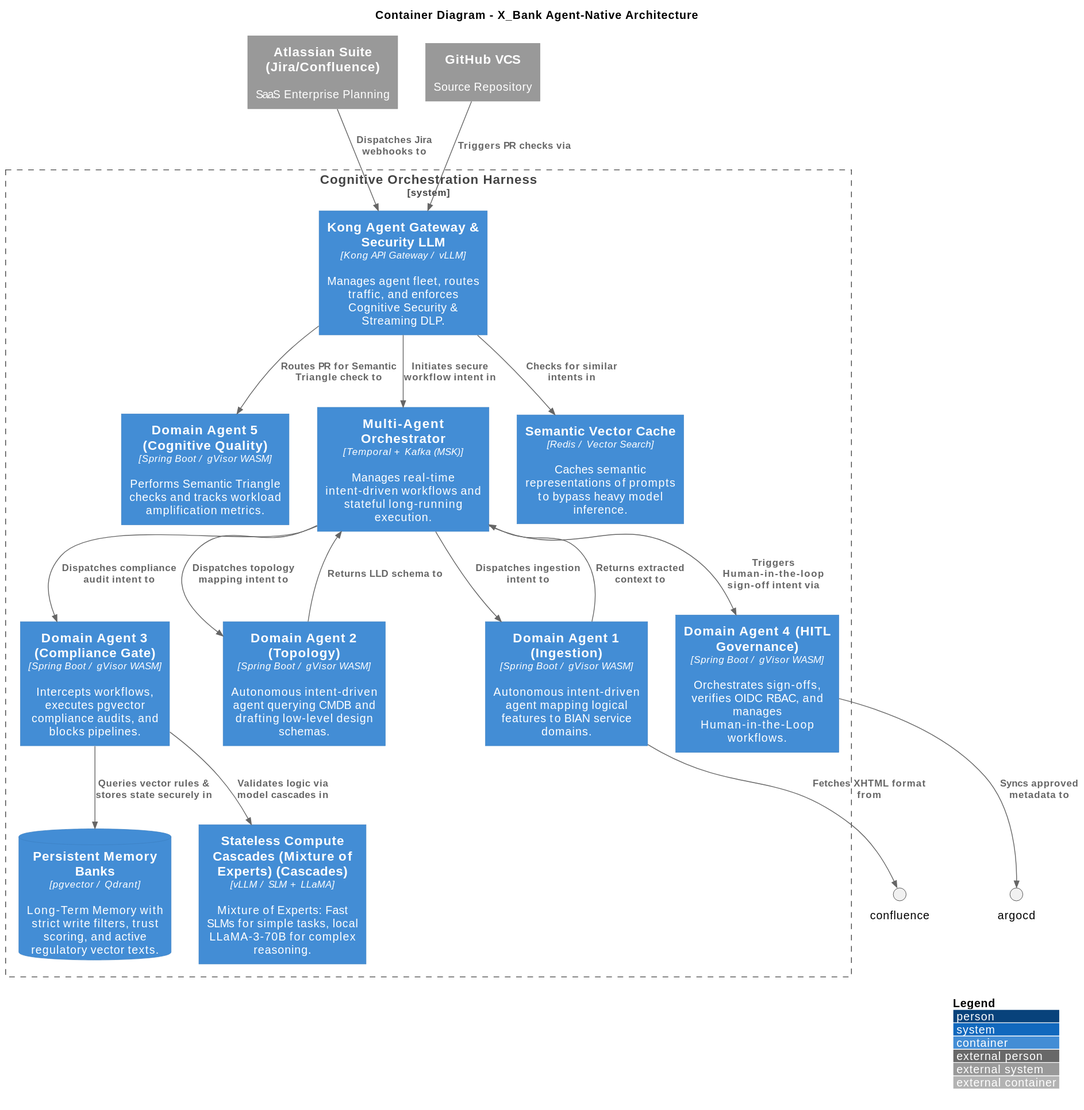
Earlier version of the PlantUML export x_bank-core/c4_container.svg (COPUR/X_Bank-Agentive-Architecture-Framework). Source of this version:
```plantuml
@startuml
!include https://raw.githubusercontent.com/plantuml-stdlib/C4-PlantUML/master/C4_Container.puml

LAYOUT_WITH_LEGEND()

title Container Diagram - X_Bank Agent-Native Architecture

System_Boundary(harness_boundary, "Cognitive Orchestration Harness") {
    Container(agent_gateway, "Kong Agent Gateway & Security LLM", "Kong API Gateway / vLLM", "Manages agent fleet, routes traffic, and enforces Cognitive Security & Streaming DLP.")

    Container(agent1, "Domain Agent 1 (Ingestion)", "Spring Boot / gVisor WASM", "Autonomous intent-driven agent mapping logical features to BIAN service domains.")
    Container(agent2, "Domain Agent 2 (Topology)", "Spring Boot / gVisor WASM", "Autonomous intent-driven agent querying CMDB and drafting low-level design schemas.")
    Container(agent3, "Domain Agent 3 (Compliance Gate)", "Spring Boot / gVisor WASM", "Intercepts workflows, executes pgvector compliance audits, and blocks pipelines.")
    Container(agent4, "Domain Agent 4 (HITL Governance)", "Spring Boot / gVisor WASM", "Orchestrates sign-offs, verifies OIDC RBAC, and manages Human-in-the-Loop workflows.")
    Container(agent5, "Domain Agent 5 (Cognitive Quality)", "Spring Boot / gVisor WASM", "Performs Semantic Triangle checks and tracks workload amplification metrics.")

    ContainerDb(memory_banks, "Persistent Memory Banks", "pgvector / Qdrant", "Long-Term Memory with strict write filters, trust scoring, and active regulatory vector texts.")
    Container(temporal_kafka, "Multi-Agent Orchestrator", "Temporal + Kafka (MSK)", "Manages real-time intent-driven workflows and stateful long-running execution.")

    Container(semantic_cache, "Semantic Vector Cache", "Redis / Vector Search", "Caches semantic representations of prompts to bypass heavy model inference.")
    Container(local_llm, "Stateless Compute Cascades (Mixture of Experts) (Cascades)", "vLLM / SLM + LLaMA", "Mixture of Experts: Fast SLMs for simple tasks, local LLaMA-3-70B for complex reasoning.")
}

System_Ext(atlassian, "Atlassian Suite (Jira/Confluence)", "SaaS Enterprise Planning")
System_Ext(github_ext, "GitHub VCS", "Source Repository")

Rel(atlassian, agent_gateway, "Dispatches Jira webhooks to")
Rel(agent_gateway, semantic_cache, "Checks for similar intents in")
Rel(agent_gateway, temporal_kafka, "Initiates secure workflow intent in")
Rel(agent1, confluence, "Fetches XHTML format from")
Rel(temporal_kafka, agent1, "Dispatches ingestion intent to")
Rel(agent1, temporal_kafka, "Returns extracted context to")
Rel(temporal_kafka, agent2, "Dispatches topology mapping intent to")
Rel(agent2, temporal_kafka, "Returns LLD schema to")
Rel(temporal_kafka, agent3, "Dispatches compliance audit intent to")
Rel(agent3, memory_banks, "Queries vector rules & stores state securely in")
Rel(agent3, local_llm, "Validates logic via model cascades in")
Rel(temporal_kafka, agent4, "Triggers Human-in-the-loop sign-off intent via")
Rel(agent4, argocd, "Syncs approved metadata to")
Rel(github_ext, agent_gateway, "Triggers PR checks via")
Rel(agent_gateway, agent5, "Routes PR for Semantic Triangle check to")
@enduml
```
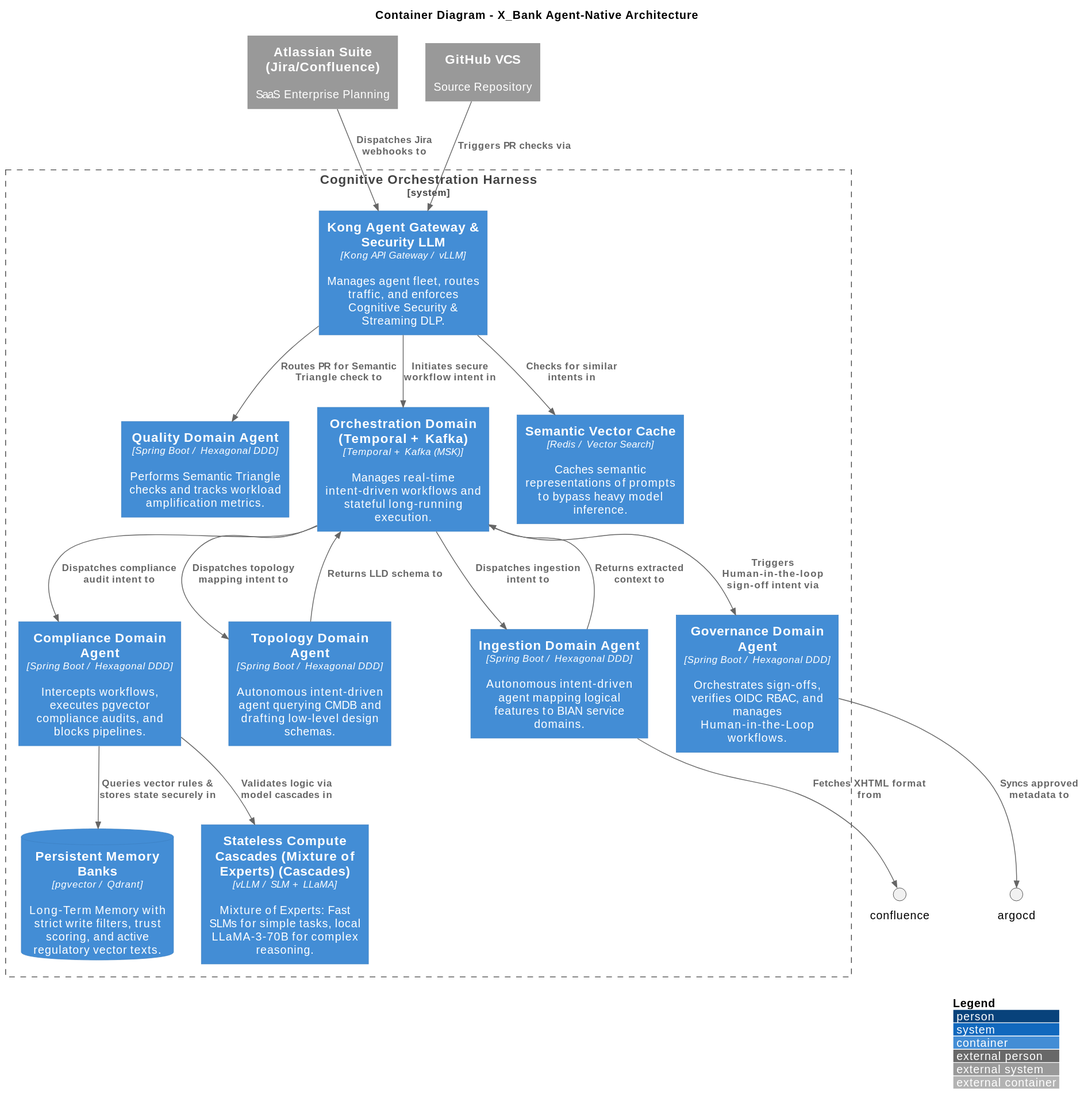
The same diagram one commit later.

Change to the diagram source:
```diff
@@ -8,14 +8,14 @@
 System_Boundary(harness_boundary, "Cognitive Orchestration Harness") {
     Container(agent_gateway, "Kong Agent Gateway & Security LLM", "Kong API Gateway / vLLM", "Manages agent fleet, routes traffic, and enforces Cognitive Security & Streaming DLP.")
 
-    Container(agent1, "Domain Agent 1 (Ingestion)", "Spring Boot / gVisor WASM", "Autonomous intent-driven agent mapping logical features to BIAN service domains.")
-    Container(agent2, "Domain Agent 2 (Topology)", "Spring Boot / gVisor WASM", "Autonomous intent-driven agent querying CMDB and drafting low-level design schemas.")
-    Container(agent3, "Domain Agent 3 (Compliance Gate)", "Spring Boot / gVisor WASM", "Intercepts workflows, executes pgvector compliance audits, and blocks pipelines.")
-    Container(agent4, "Domain Agent 4 (HITL Governance)", "Spring Boot / gVisor WASM", "Orchestrates sign-offs, verifies OIDC RBAC, and manages Human-in-the-Loop workflows.")
-    Container(agent5, "Domain Agent 5 (Cognitive Quality)", "Spring Boot / gVisor WASM", "Performs Semantic Triangle checks and tracks workload amplification metrics.")
+    Container(ingestion_domain, "Ingestion Domain Agent", "Spring Boot / Hexagonal DDD", "Autonomous intent-driven agent mapping logical features to BIAN service domains.")
+    Container(topology_domain, "Topology Domain Agent", "Spring Boot / Hexagonal DDD", "Autonomous intent-driven agent querying CMDB and drafting low-level design schemas.")
+    Container(compliance_domain, "Compliance Domain Agent", "Spring Boot / Hexagonal DDD", "Intercepts workflows, executes pgvector compliance audits, and blocks pipelines.")
+    Container(governance_domain, "Governance Domain Agent", "Spring Boot / Hexagonal DDD", "Orchestrates sign-offs, verifies OIDC RBAC, and manages Human-in-the-Loop workflows.")
+    Container(quality_domain, "Quality Domain Agent", "Spring Boot / Hexagonal DDD", "Performs Semantic Triangle checks and tracks workload amplification metrics.")
 
     ContainerDb(memory_banks, "Persistent Memory Banks", "pgvector / Qdrant", "Long-Term Memory with strict write filters, trust scoring, and active regulatory vector texts.")
-    Container(temporal_kafka, "Multi-Agent Orchestrator", "Temporal + Kafka (MSK)", "Manages real-time intent-driven workflows and stateful long-running execution.")
+    Container(orchestration_domain, "Orchestration Domain (Temporal + Kafka)", "Temporal + Kafka (MSK)", "Manages real-time intent-driven workflows and stateful long-running execution.")
 
     Container(semantic_cache, "Semantic Vector Cache", "Redis / Vector Search", "Caches semantic representations of prompts to bypass heavy model inference.")
     Container(local_llm, "Stateless Compute Cascades (Mixture of Experts) (Cascades)", "vLLM / SLM + LLaMA", "Mixture of Experts: Fast SLMs for simple tasks, local LLaMA-3-70B for complex reasoning.")
@@ -26,17 +26,17 @@
 
 Rel(atlassian, agent_gateway, "Dispatches Jira webhooks to")
 Rel(agent_gateway, semantic_cache, "Checks for similar intents in")
-Rel(agent_gateway, temporal_kafka, "Initiates secure workflow intent in")
-Rel(agent1, confluence, "Fetches XHTML format from")
-Rel(temporal_kafka, agent1, "Dispatches ingestion intent to")
-Rel(agent1, temporal_kafka, "Returns extracted context to")
-Rel(temporal_kafka, agent2, "Dispatches topology mapping intent to")
-Rel(agent2, temporal_kafka, "Returns LLD schema to")
-Rel(temporal_kafka, agent3, "Dispatches compliance audit intent to")
-Rel(agent3, memory_banks, "Queries vector rules & stores state securely in")
-Rel(agent3, local_llm, "Validates logic via model cascades in")
-Rel(temporal_kafka, agent4, "Triggers Human-in-the-loop sign-off intent via")
-Rel(agent4, argocd, "Syncs approved metadata to")
+Rel(agent_gateway, orchestration_domain, "Initiates secure workflow intent in")
+Rel(ingestion_domain, confluence, "Fetches XHTML format from")
+Rel(orchestration_domain, ingestion_domain, "Dispatches ingestion intent to")
+Rel(ingestion_domain, orchestration_domain, "Returns extracted context to")
+Rel(orchestration_domain, topology_domain, "Dispatches topology mapping intent to")
+Rel(topology_domain, orchestration_domain, "Returns LLD schema to")
+Rel(orchestration_domain, compliance_domain, "Dispatches compliance audit intent to")
+Rel(compliance_domain, memory_banks, "Queries vector rules & stores state securely in")
+Rel(compliance_domain, local_llm, "Validates logic via model cascades in")
+Rel(orchestration_domain, governance_domain, "Triggers Human-in-the-loop sign-off intent via")
+Rel(governance_domain, argocd, "Syncs approved metadata to")
 Rel(github_ext, agent_gateway, "Triggers PR checks via")
-Rel(agent_gateway, agent5, "Routes PR for Semantic Triangle check to")
+Rel(agent_gateway, quality_domain, "Routes PR for Semantic Triangle check to")
 @enduml
```
